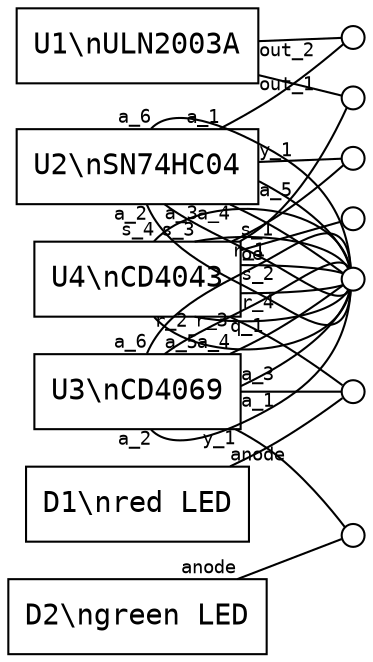
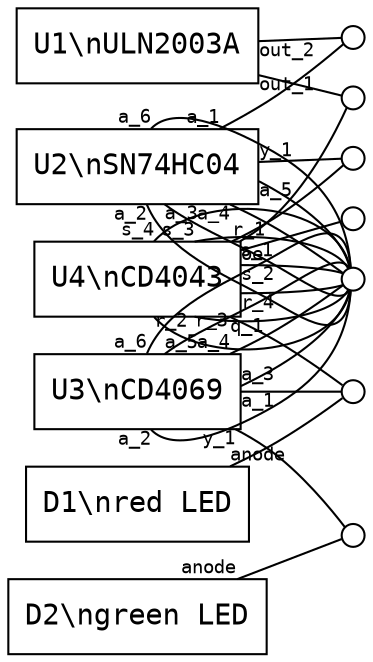
digraph "WaterAlarm" {
  rankdir=LR;
  node [shape=box, fontname="monospace"];
  U1 [label="U1\\nULN2003A"];
  U2 [label="U2\\nSN74HC04"];
  U3 [label="U3\\nCD4069"];
  U4 [label="U4\\nCD4043"];
  D1 [label="D1\\nred LED"];
  D2 [label="D2\\ngreen LED"];
  // Nets
  node [shape=circle, label="", width=0.15, fixedsize=true];
  gnd; net_18; net_2; net_3; net_4; net_5; vcc;
  // Edges (component -- net, taillabel = port name)
  edge [arrowhead=none, fontname="monospace", fontsize=9];
  D1 -> net_3 [taillabel="anode"];
  D2 -> net_2 [taillabel="anode"];
-   U1 -> net_4 [taillabel="out_1"];
+   U1 -> net_5 [taillabel="out_1"];
  U1 -> net_18 [taillabel="out_2"];
  U2 -> net_18 [taillabel="a_1"];
  U2 -> gnd [taillabel="a_2"];
  U2 -> gnd [taillabel="a_3"];
  U2 -> gnd [taillabel="a_4"];
  U2 -> gnd [taillabel="a_5"];
  U2 -> gnd [taillabel="a_6"];
-   U2 -> net_5 [taillabel="y_1"];
+   U2 -> net_4 [taillabel="y_1"];
  U3 -> net_3 [taillabel="a_1"];
  U3 -> gnd [taillabel="a_2"];
  U3 -> gnd [taillabel="a_3"];
  U3 -> gnd [taillabel="a_4"];
  U3 -> gnd [taillabel="a_5"];
  U3 -> gnd [taillabel="a_6"];
  U3 -> net_2 [taillabel="y_1"];
  U4 -> vcc [taillabel="oe"];
  U4 -> net_3 [taillabel="q_1"];
-   U4 -> net_5 [taillabel="r_1"];
+   U4 -> net_4 [taillabel="r_1"];
  U4 -> gnd [taillabel="r_2"];
  U4 -> gnd [taillabel="r_3"];
  U4 -> gnd [taillabel="r_4"];
-   U4 -> net_4 [taillabel="s_1"];
+   U4 -> net_5 [taillabel="s_1"];
  U4 -> gnd [taillabel="s_2"];
  U4 -> gnd [taillabel="s_3"];
  U4 -> gnd [taillabel="s_4"];
}
